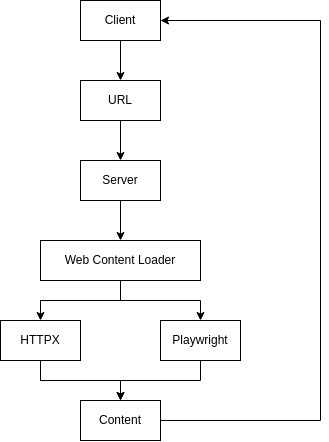
The draw.io diagram _readme/Diagram.drawio.png in ames0k0/url-to-web-content, before a commit. Source tidied: cells renumbered, new cells last; positions are measured from the earlier drawing's top-left corner, leaving out a move shared by most shapes.
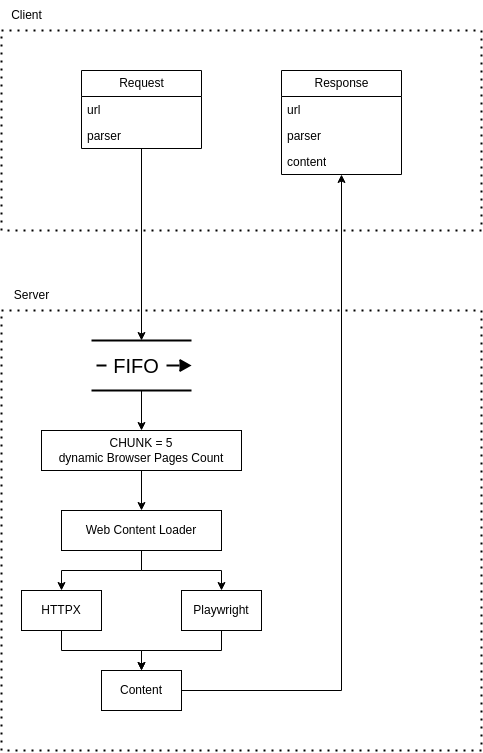
Later version of the same file.

Diff of the diagram source:
```diff
@@ -2,12 +2,6 @@
   <root>
     <mxCell id="0" />
     <mxCell id="1" parent="0" />
-    <mxCell id="2" style="edgeStyle=orthogonalEdgeStyle;rounded=0;jettySize=auto;html=1;" parent="1" edge="1" source="3" target="12">
-      <mxGeometry relative="1" as="geometry" />
-    </mxCell>
-    <mxCell id="3" value="URL" style="whiteSpace=wrap;html=1;" parent="1" vertex="1">
-      <mxGeometry x="80" y="80" width="80" height="40" as="geometry" />
-    </mxCell>
     <mxCell id="4" style="edgeStyle=orthogonalEdgeStyle;rounded=0;jettySize=auto;html=1;" parent="1" edge="1" source="6" target="14">
       <mxGeometry relative="1" as="geometry" />
     </mxCell>
@@ -17,29 +11,12 @@
     <mxCell id="6" value="Web Content Loader" style="whiteSpace=wrap;html=1;" parent="1" vertex="1">
       <mxGeometry x="40" y="240" width="160" height="40" as="geometry" />
     </mxCell>
-    <mxCell id="7" style="edgeStyle=orthogonalEdgeStyle;rounded=0;jettySize=auto;html=1;" parent="1" edge="1" source="8" target="10">
-      <mxGeometry relative="1" as="geometry">
-        <Array as="points">
-          <mxPoint x="320" y="420" />
-          <mxPoint x="320" y="20" />
-        </Array>
-      </mxGeometry>
-    </mxCell>
+    <mxCell id="17" style="edgeStyle=orthogonalEdgeStyle;rounded=0;jettySize=auto;html=1;" parent="1" edge="1" source="8" target="26">
+      <mxGeometry relative="1" as="geometry" />
+    </mxCell>
     <mxCell id="8" value="Content" style="whiteSpace=wrap;html=1;" parent="1" vertex="1">
       <mxGeometry x="80" y="400" width="80" height="40" as="geometry" />
     </mxCell>
-    <mxCell id="9" style="edgeStyle=orthogonalEdgeStyle;rounded=0;jettySize=auto;html=1;" parent="1" edge="1" source="10" target="3">
-      <mxGeometry relative="1" as="geometry" />
-    </mxCell>
-    <mxCell id="10" value="Client" style="whiteSpace=wrap;html=1;" parent="1" vertex="1">
-      <mxGeometry x="80" width="80" height="40" as="geometry" />
-    </mxCell>
-    <mxCell id="11" style="edgeStyle=orthogonalEdgeStyle;rounded=0;jettySize=auto;html=1;" parent="1" edge="1" source="12" target="6">
-      <mxGeometry relative="1" as="geometry" />
-    </mxCell>
-    <mxCell id="12" value="Server" style="whiteSpace=wrap;html=1;" parent="1" vertex="1">
-      <mxGeometry x="80" y="160" width="80" height="40" as="geometry" />
-    </mxCell>
     <mxCell id="13" style="edgeStyle=orthogonalEdgeStyle;rounded=0;jettySize=auto;html=1;" parent="1" edge="1" source="14" target="8">
       <mxGeometry relative="1" as="geometry" />
     </mxCell>
@@ -52,5 +29,69 @@
     <mxCell id="16" value="Playwright" style="whiteSpace=wrap;html=1;" parent="1" vertex="1">
       <mxGeometry x="160" y="320" width="80" height="40" as="geometry" />
     </mxCell>
+    <mxCell id="18" style="edgeStyle=orthogonalEdgeStyle;rounded=0;jettySize=auto;html=1;" parent="1" edge="1" source="19" target="23">
+      <mxGeometry relative="1" as="geometry" />
+    </mxCell>
+    <mxCell id="19" value="Request" style="swimlane;fontStyle=0;horizontal=1;startSize=26;fillColor=none;html=1;" parent="1" vertex="1">
+      <mxGeometry x="60" y="-200" width="120" height="78" as="geometry" />
+    </mxCell>
+    <mxCell id="20" value="url" style="text;strokeColor=none;fillColor=none;align=left;verticalAlign=top;spacingLeft=4;spacingRight=4;overflow=hidden;whiteSpace=wrap;html=1;" parent="19" vertex="1">
+      <mxGeometry y="26" width="120" height="26" as="geometry" />
+    </mxCell>
+    <mxCell id="21" value="parser" style="text;strokeColor=none;fillColor=none;align=left;verticalAlign=top;spacingLeft=4;spacingRight=4;overflow=hidden;whiteSpace=wrap;html=1;" parent="19" vertex="1">
+      <mxGeometry y="52" width="120" height="26" as="geometry" />
+    </mxCell>
+    <mxCell id="22" style="edgeStyle=orthogonalEdgeStyle;rounded=0;jettySize=auto;html=1;" parent="1" edge="1" source="23" target="31">
+      <mxGeometry relative="1" as="geometry" />
+    </mxCell>
+    <mxCell id="23" value="FIFO&amp;nbsp;&amp;nbsp;" style="strokeWidth=2;html=1;shape=mxgraph.lean_mapping.fifo_sequence_flow;fontStyle=0;fontSize=20;align=center;" parent="1" vertex="1">
+      <mxGeometry x="70" y="70" width="100" height="50" as="geometry" />
+    </mxCell>
+    <mxCell id="24" style="endArrow=none;dashed=1;html=1;dashPattern=1 3;strokeWidth=2;rounded=0;" parent="1" edge="1">
+      <mxGeometry relative="1" as="geometry">
+        <mxPoint x="-20" y="-240" as="sourcePoint" />
+        <mxPoint x="-20" y="-240" as="targetPoint" />
+        <Array as="points">
+          <mxPoint x="460" y="-240" />
+          <mxPoint x="460" y="-40" />
+          <mxPoint x="-20" y="-40" />
+        </Array>
+      </mxGeometry>
+    </mxCell>
+    <mxCell id="10" value="Client" style="text;html=1;align=center;verticalAlign=middle;points=[];strokeColor=none;fillColor=none;" parent="1" vertex="1">
+      <mxGeometry x="-20" y="-270" width="50" height="30" as="geometry" />
+    </mxCell>
+    <mxCell id="25" style="endArrow=none;dashed=1;html=1;dashPattern=1 3;strokeWidth=2;rounded=0;" parent="1" edge="1">
+      <mxGeometry relative="1" as="geometry">
+        <mxPoint x="-20" y="40" as="sourcePoint" />
+        <mxPoint x="-20" y="40" as="targetPoint" />
+        <Array as="points">
+          <mxPoint x="460" y="40" />
+          <mxPoint x="460" y="480" />
+          <mxPoint x="-20" y="480" />
+        </Array>
+      </mxGeometry>
+    </mxCell>
+    <mxCell id="12" value="Server" style="text;html=1;align=center;verticalAlign=middle;points=[];strokeColor=none;fillColor=none;" parent="1" vertex="1">
+      <mxGeometry x="-20" y="10" width="60" height="30" as="geometry" />
+    </mxCell>
+    <mxCell id="26" value="Response" style="swimlane;fontStyle=0;horizontal=1;startSize=26;fillColor=none;html=1;" parent="1" vertex="1">
+      <mxGeometry x="260" y="-200" width="120" height="104" as="geometry" />
+    </mxCell>
+    <mxCell id="27" value="url" style="text;strokeColor=none;fillColor=none;align=left;verticalAlign=top;spacingLeft=4;spacingRight=4;overflow=hidden;whiteSpace=wrap;html=1;" parent="26" vertex="1">
+      <mxGeometry y="26" width="120" height="26" as="geometry" />
+    </mxCell>
+    <mxCell id="28" value="parser" style="text;strokeColor=none;fillColor=none;align=left;verticalAlign=top;spacingLeft=4;spacingRight=4;overflow=hidden;whiteSpace=wrap;html=1;" parent="26" vertex="1">
+      <mxGeometry y="52" width="120" height="26" as="geometry" />
+    </mxCell>
+    <mxCell id="29" value="content" style="text;strokeColor=none;fillColor=none;align=left;verticalAlign=top;spacingLeft=4;spacingRight=4;overflow=hidden;whiteSpace=wrap;html=1;" parent="26" vertex="1">
+      <mxGeometry y="78" width="120" height="26" as="geometry" />
+    </mxCell>
+    <mxCell id="30" style="edgeStyle=orthogonalEdgeStyle;rounded=0;jettySize=auto;html=1;" parent="1" edge="1" source="31" target="6">
+      <mxGeometry relative="1" as="geometry" />
+    </mxCell>
+    <mxCell id="31" value="&lt;div&gt;CHUNK = 5&lt;/div&gt;dynamic Browser Pages Count" style="whiteSpace=wrap;html=1;" parent="1" vertex="1">
+      <mxGeometry x="20" y="160" width="200" height="40" as="geometry" />
+    </mxCell>
   </root>
 </mxGraphModel>
```
